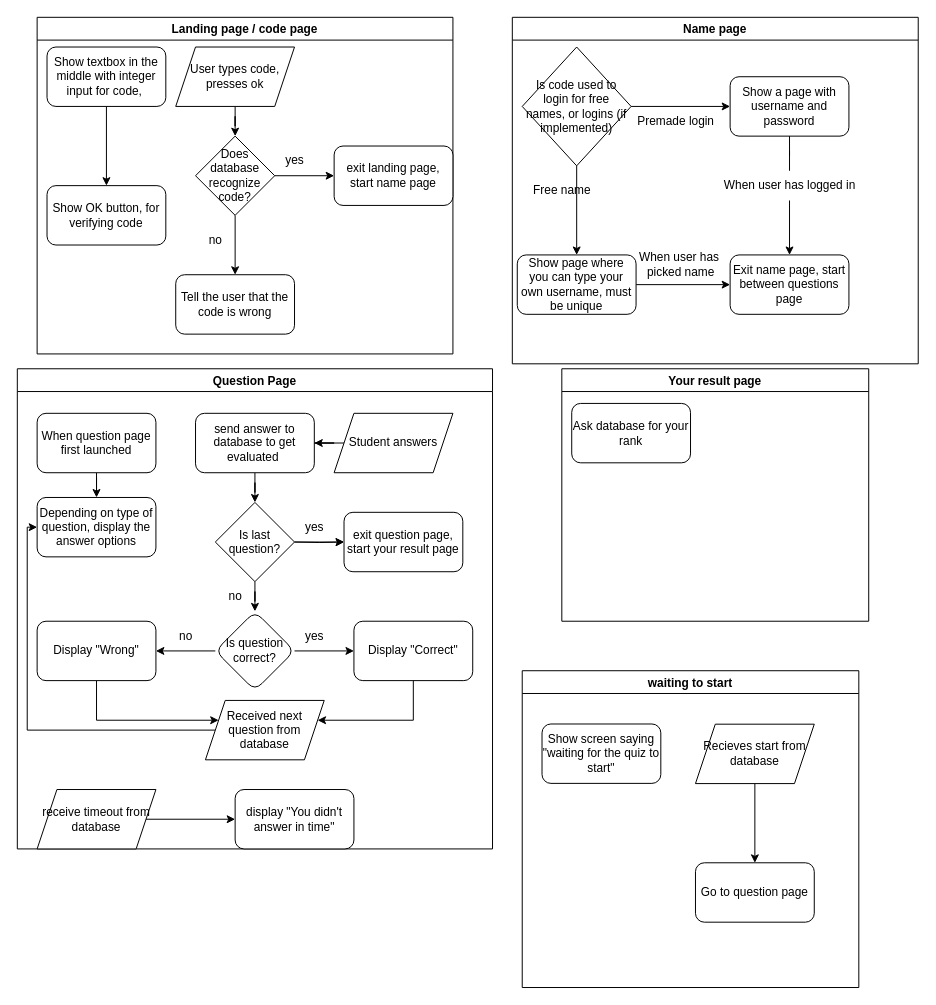
This is Hjemmeside Flowchart.drawio from ZeBoogie/Minieksamensprojekt, a draw.io file, before an edit. Source tidied: cells renumbered, new cells numbered last; positions are measured from the earlier drawing's top-left corner, leaving out a move shared by most shapes. Both pictures are drawn from the tidied source at 99%, with x=0, y=0 at pixel (17, 17).
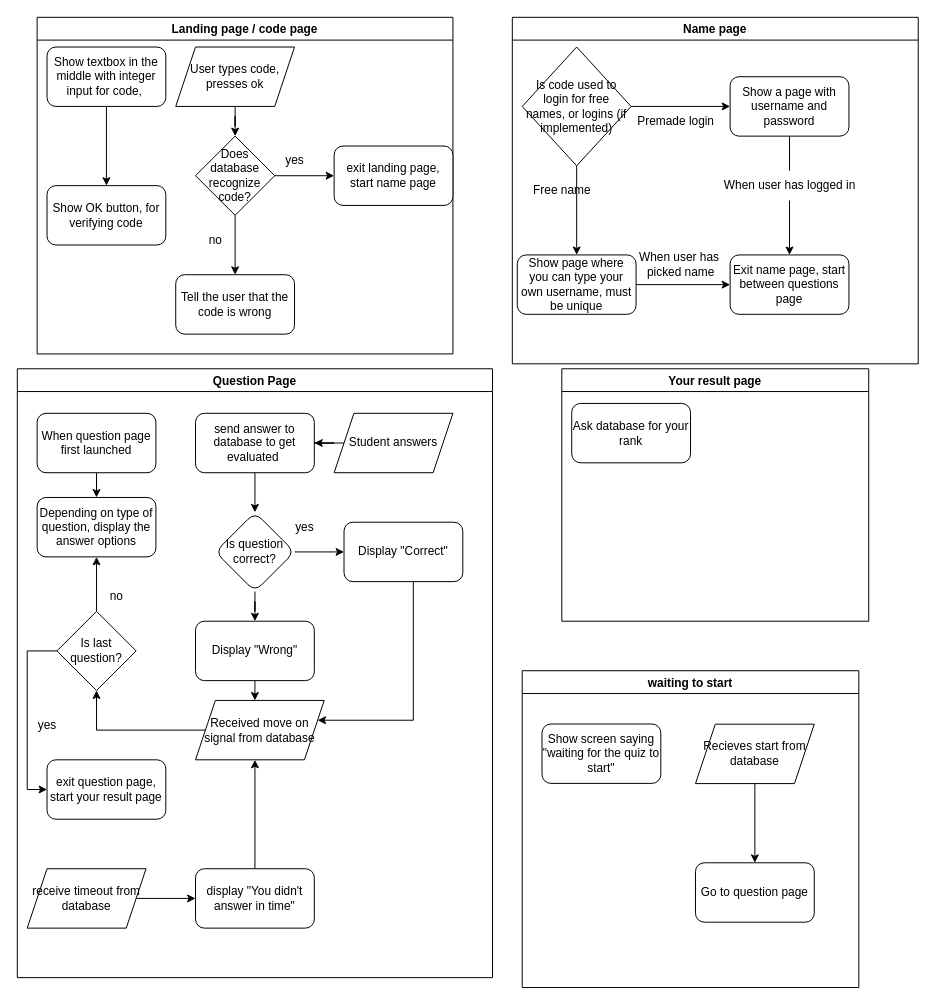
After the change.

Commit message (it also covers changes not shown here):
bedre hjemmeside flowchart

The change refers to these unchanged cells:
```xml
<mxCell id="30" value="Depending on type of question, display the answer options" style="rounded=1;whiteSpace=wrap;html=1;" parent="29" vertex="1">
  <mxGeometry x="20" y="130" width="120" height="60" as="geometry" />
</mxCell>
<mxCell id="39" value="send answer to database to get evaluated&amp;nbsp;" style="rounded=1;whiteSpace=wrap;html=1;" parent="29" vertex="1">
  <mxGeometry x="180" y="45" width="120" height="60" as="geometry" />
</mxCell>
```

Change to the diagram source:
```diff
@@
     <mxCell id="29" value="Question Page" style="swimlane;" parent="1" vertex="1">
-      <mxGeometry y="355" width="480" height="485" as="geometry" />
+      <mxGeometry y="355" width="480" height="615" as="geometry" />
     </mxCell>
@@
-    <mxCell id="33" style="edgeStyle=orthogonalEdgeStyle;rounded=0;jettySize=auto;html=1;" parent="29" edge="1" target="35">
-      <mxGeometry relative="1" as="geometry">
-        <mxPoint x="280" y="175" as="sourcePoint" />
-      </mxGeometry>
-    </mxCell>
-    <mxCell id="34" style="edgeStyle=orthogonalEdgeStyle;rounded=0;jettySize=auto;html=1;exitX=1;exitY=0.5;exitDx=0;exitDy=0;" parent="29" edge="1" source="50" target="35">
-      <mxGeometry relative="1" as="geometry" />
-    </mxCell>
-    <mxCell id="35" value="exit question page, start your result page" style="rounded=1;whiteSpace=wrap;html=1;" parent="29" vertex="1">
-      <mxGeometry x="330" y="145" width="120" height="60" as="geometry" />
-    </mxCell>
-    <mxCell id="36" value="yes" style="text;html=1;align=center;verticalAlign=middle;strokeColor=none;fillColor=none;" parent="29" vertex="1">
-      <mxGeometry x="280" y="145" width="40" height="30" as="geometry" />
-    </mxCell>
     <mxCell id="37" value="no" style="text;html=1;align=center;verticalAlign=middle;strokeColor=none;fillColor=none;" parent="29" vertex="1">
-      <mxGeometry x="150" y="255" width="40" height="30" as="geometry" />
+      <mxGeometry x="80" y="215" width="40" height="30" as="geometry" />
     </mxCell>
-    <mxCell id="38" style="edgeStyle=orthogonalEdgeStyle;rounded=0;jettySize=auto;html=1;entryX=0.5;entryY=0;entryDx=0;entryDy=0;" parent="29" edge="1" source="39" target="50">
+    <mxCell id="38" style="edgeStyle=orthogonalEdgeStyle;rounded=0;jettySize=auto;html=1;entryX=0.5;entryY=0;entryDx=0;entryDy=0;" parent="29" edge="1" source="39" target="42">
       <mxGeometry relative="1" as="geometry" />
     </mxCell>
@@
     <mxCell id="42" value="Is question correct?" style="rhombus;whiteSpace=wrap;html=1;rounded=1;" parent="29" vertex="1">
-      <mxGeometry x="200" y="245" width="80" height="80" as="geometry" />
+      <mxGeometry x="200" y="145" width="80" height="80" as="geometry" />
     </mxCell>
     <mxCell id="43" style="edgeStyle=orthogonalEdgeStyle;rounded=0;jettySize=auto;html=1;" parent="29" edge="1" source="44" target="54">
       <mxGeometry relative="1" as="geometry">
         <Array as="points">
-          <mxPoint x="80" y="355" />
+          <mxPoint x="250" y="315" />
+          <mxPoint x="250" y="315" />
         </Array>
       </mxGeometry>
     </mxCell>
     <mxCell id="44" value="Display &quot;Wrong&quot;" style="whiteSpace=wrap;html=1;rounded=1;" parent="29" vertex="1">
-      <mxGeometry x="20" y="255" width="120" height="60" as="geometry" />
+      <mxGeometry x="180" y="255" width="120" height="60" as="geometry" />
     </mxCell>
     <mxCell id="45" value="Display &quot;Correct&quot;" style="whiteSpace=wrap;html=1;rounded=1;" parent="29" vertex="1">
-      <mxGeometry x="340" y="255" width="120" height="60" as="geometry" />
+      <mxGeometry x="330" y="155" width="120" height="60" as="geometry" />
     </mxCell>
@@
     <mxCell id="47" value="receive timeout from database" style="shape=parallelogram;perimeter=parallelogramPerimeter;whiteSpace=wrap;html=1;fixedSize=1;" parent="29" vertex="1">
-      <mxGeometry x="20" y="425" width="120" height="60" as="geometry" />
+      <mxGeometry x="10" y="505" width="120" height="60" as="geometry" />
     </mxCell>
+    <mxCell id="65" style="edgeStyle=orthogonalEdgeStyle;rounded=0;jettySize=auto;html=1;" parent="29" edge="1" source="48" target="54">
+      <mxGeometry relative="1" as="geometry">
+        <Array as="points">
+          <mxPoint x="230" y="385" />
+          <mxPoint x="230" y="385" />
+        </Array>
+      </mxGeometry>
+    </mxCell>
     <mxCell id="48" value="display &quot;You didn't answer in time&quot;" style="rounded=1;whiteSpace=wrap;html=1;" parent="29" vertex="1">
-      <mxGeometry x="220" y="425" width="120" height="60" as="geometry" />
+      <mxGeometry x="180" y="505" width="120" height="60" as="geometry" />
     </mxCell>
-    <mxCell id="49" style="edgeStyle=orthogonalEdgeStyle;rounded=0;jettySize=auto;html=1;" parent="29" edge="1" source="50" target="42">
-      <mxGeometry relative="1" as="geometry" />
-    </mxCell>
-    <mxCell id="50" value="Is last question?" style="rhombus;whiteSpace=wrap;html=1;" parent="29" vertex="1">
-      <mxGeometry x="200" y="135" width="80" height="80" as="geometry" />
-    </mxCell>
-    <mxCell id="51" value="no" style="text;html=1;align=center;verticalAlign=middle;strokeColor=none;fillColor=none;" parent="29" vertex="1">
-      <mxGeometry x="200" y="215" width="40" height="30" as="geometry" />
-    </mxCell>
     <mxCell id="52" value="yes" style="text;html=1;align=center;verticalAlign=middle;strokeColor=none;fillColor=none;" parent="29" vertex="1">
-      <mxGeometry x="280" y="255" width="40" height="30" as="geometry" />
+      <mxGeometry x="270" y="145" width="40" height="30" as="geometry" />
     </mxCell>
-    <mxCell id="53" style="edgeStyle=orthogonalEdgeStyle;rounded=0;jettySize=auto;html=1;entryX=0;entryY=0.5;entryDx=0;entryDy=0;" parent="29" edge="1" source="54" target="30">
+    <mxCell id="53" style="edgeStyle=orthogonalEdgeStyle;rounded=0;jettySize=auto;html=1;entryX=0.5;entryY=1;entryDx=0;entryDy=0;" parent="29" edge="1" source="54" target="50">
       <mxGeometry relative="1" as="geometry">
         <Array as="points">
-          <mxPoint x="10" y="365" />
-          <mxPoint x="10" y="160" />
+          <mxPoint x="80" y="365" />
         </Array>
       </mxGeometry>
     </mxCell>
-    <mxCell id="54" value="Received next question from database" style="shape=parallelogram;perimeter=parallelogramPerimeter;whiteSpace=wrap;html=1;fixedSize=1;" parent="29" vertex="1">
-      <mxGeometry x="190" y="335" width="120" height="60" as="geometry" />
+    <mxCell id="54" value="Received move on signal from database" style="shape=parallelogram;perimeter=parallelogramPerimeter;whiteSpace=wrap;html=1;fixedSize=1;" parent="29" vertex="1">
+      <mxGeometry x="180" y="335" width="130" height="60" as="geometry" />
     </mxCell>
@@
+    <mxCell id="35" value="exit question page, start your result page" style="rounded=1;whiteSpace=wrap;html=1;" parent="29" vertex="1">
+      <mxGeometry x="30" y="395" width="120" height="60" as="geometry" />
+    </mxCell>
+    <mxCell id="66" style="edgeStyle=orthogonalEdgeStyle;rounded=0;jettySize=auto;html=1;" parent="29" edge="1" source="50" target="30">
+      <mxGeometry relative="1" as="geometry" />
+    </mxCell>
+    <mxCell id="50" value="Is last question?" style="rhombus;whiteSpace=wrap;html=1;" parent="29" vertex="1">
+      <mxGeometry x="40" y="245" width="80" height="80" as="geometry" />
+    </mxCell>
+    <mxCell id="36" value="yes" style="text;html=1;align=center;verticalAlign=middle;strokeColor=none;fillColor=none;" parent="29" vertex="1">
+      <mxGeometry x="10" y="345" width="40" height="30" as="geometry" />
+    </mxCell>
@@
+    <mxCell id="67" style="edgeStyle=orthogonalEdgeStyle;rounded=0;jettySize=auto;html=1;" parent="1" edge="1" source="50">
+      <mxGeometry relative="1" as="geometry">
+        <mxPoint x="30" y="780" as="targetPoint" />
+        <Array as="points">
+          <mxPoint x="10" y="640" />
+          <mxPoint x="10" y="780" />
+          <mxPoint x="30" y="780" />
+        </Array>
+      </mxGeometry>
+    </mxCell>
```
